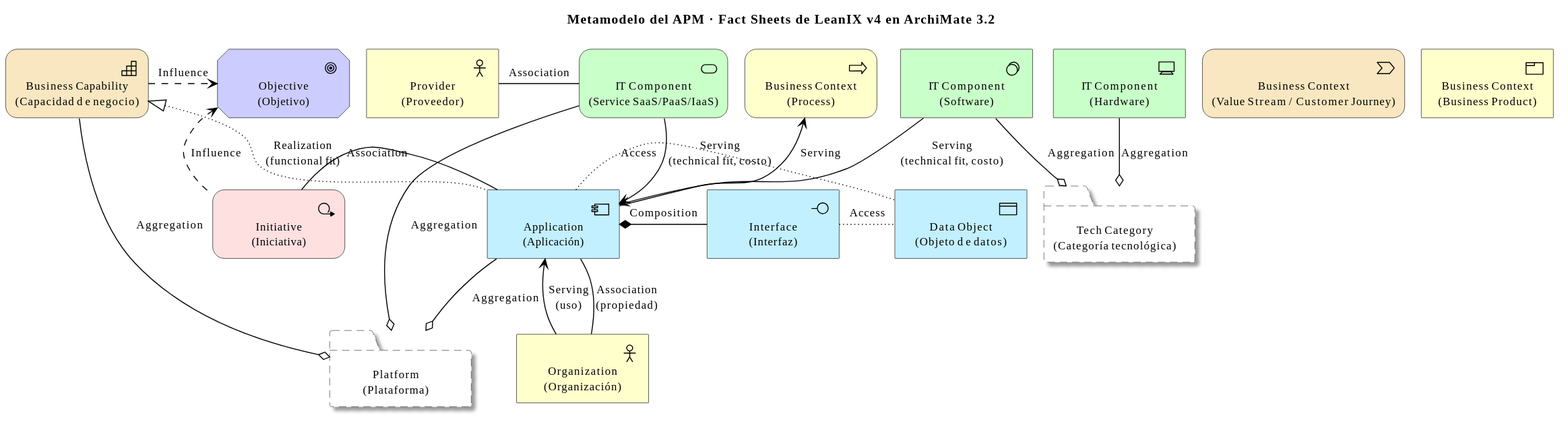
The PlantUML diagram docs/arquitectura/diagramas/metamodelo.svg in DavisLCVB/application-portfolio-management, before a commit. Its diagram source:
```plantuml
@startuml
!include <archimate/Archimate>
!theme archimate-standard from <archimate/themes>

title Metamodelo del APM · Fact Sheets de LeanIX v4 en ArchiMate 3.2

skinparam defaultFontName "Helvetica, Arial, sans-serif"
skinparam nodesep 40
skinparam ranksep 55

Motivation_Goal(goal, "Objective\n(Objetivo)")

Strategy_Capability(cap, "Business Capability\n(Capacidad de negocio)")
Strategy_ValueStream(vstream, "Business Context\n(Value Stream / Customer Journey)")

Grouping(techcat, "Tech Category\n(Categoría tecnológica)")
Grouping(platform, "Platform\n(Plataforma)")

Business_Actor(provider, "Provider\n(Proveedor)")
Business_Actor(org, "Organization\n(Organización)")
Business_Process(bproc, "Business Context\n(Process)")
Business_Product(bprod, "Business Context\n(Business Product)")

Implementation_WorkPackage(initiative, "Initiative\n(Iniciativa)")

Application_Component(app, "Application\n(Aplicación)")
Application_Interface(iface, "Interface\n(Interfaz)")
Application_DataObject(dobj, "Data Object\n(Objeto de datos)")

Technology_SystemSoftware(itsw, "IT Component\n(Software)")
Technology_Device(ithw, "IT Component\n(Hardware)")
Technology_Service(itsvc, "IT Component\n(Service SaaS/PaaS/IaaS)")

Rel_Realization_Up(app, cap, "Realization\n(functional fit)")
Rel_Serving_Up(app, bproc, "Serving")
Rel_Composition_Right(app, iface, "Composition")
Rel_Access_Right(iface, dobj, "Access")
Rel_Access_Right(app, dobj, "Access")
Rel_Serving_Down(itsw, app, "Serving\n(technical fit, costo)")
Rel_Serving_Down(itsvc, app, "Serving\n(technical fit, costo)")
Rel_Aggregation_Up(techcat, itsw, "Aggregation")
Rel_Aggregation_Up(techcat, ithw, "Aggregation")
Rel_Association_Right(provider, itsvc, "Association")
Rel_Serving_Up(org, app, "Serving\n(uso)")
Rel_Association_Right(org, app, "Association\n(propiedad)")
Rel_Association_Right(initiative, app, "Association")
Rel_Influence_Up(initiative, goal, "Influence")
Rel_Influence_Right(cap, goal, "Influence")
Rel_Aggregation_Up(platform, app, "Aggregation")
Rel_Aggregation_Up(platform, itsvc, "Aggregation")
Rel_Aggregation_Up(platform, cap, "Aggregation")
@enduml
```
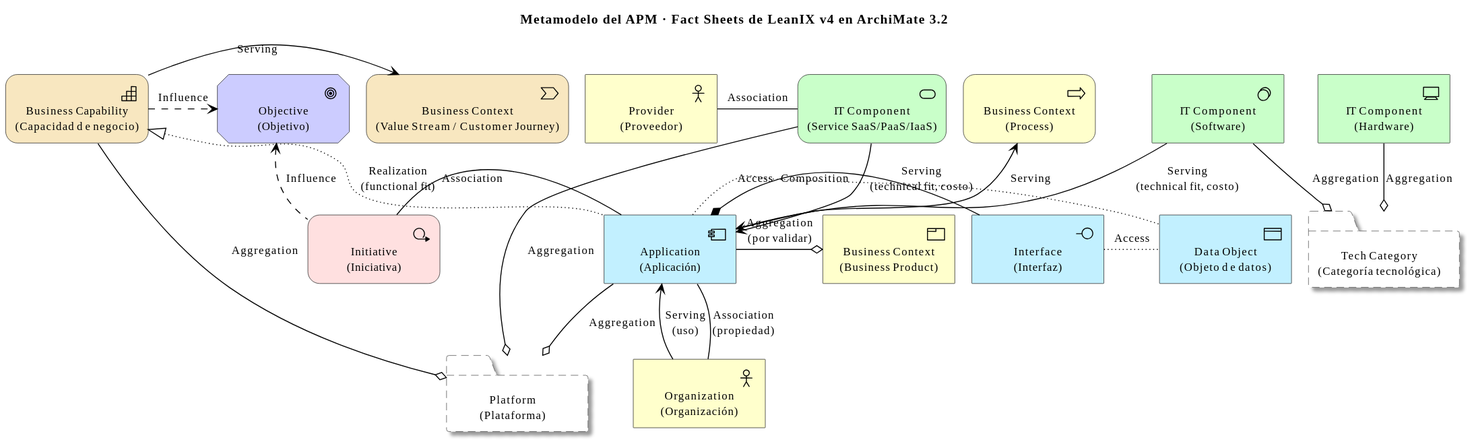
Above is the later version.

What changed in the source:
```diff
@@ -49,4 +49,6 @@
 Rel_Aggregation_Up(platform, app, "Aggregation")
 Rel_Aggregation_Up(platform, itsvc, "Aggregation")
 Rel_Aggregation_Up(platform, cap, "Aggregation")
+Rel_Serving_Right(cap, vstream, "Serving")
+Rel_Aggregation_Left(bprod, app, "Aggregation\n(por validar)")
 @enduml
```
